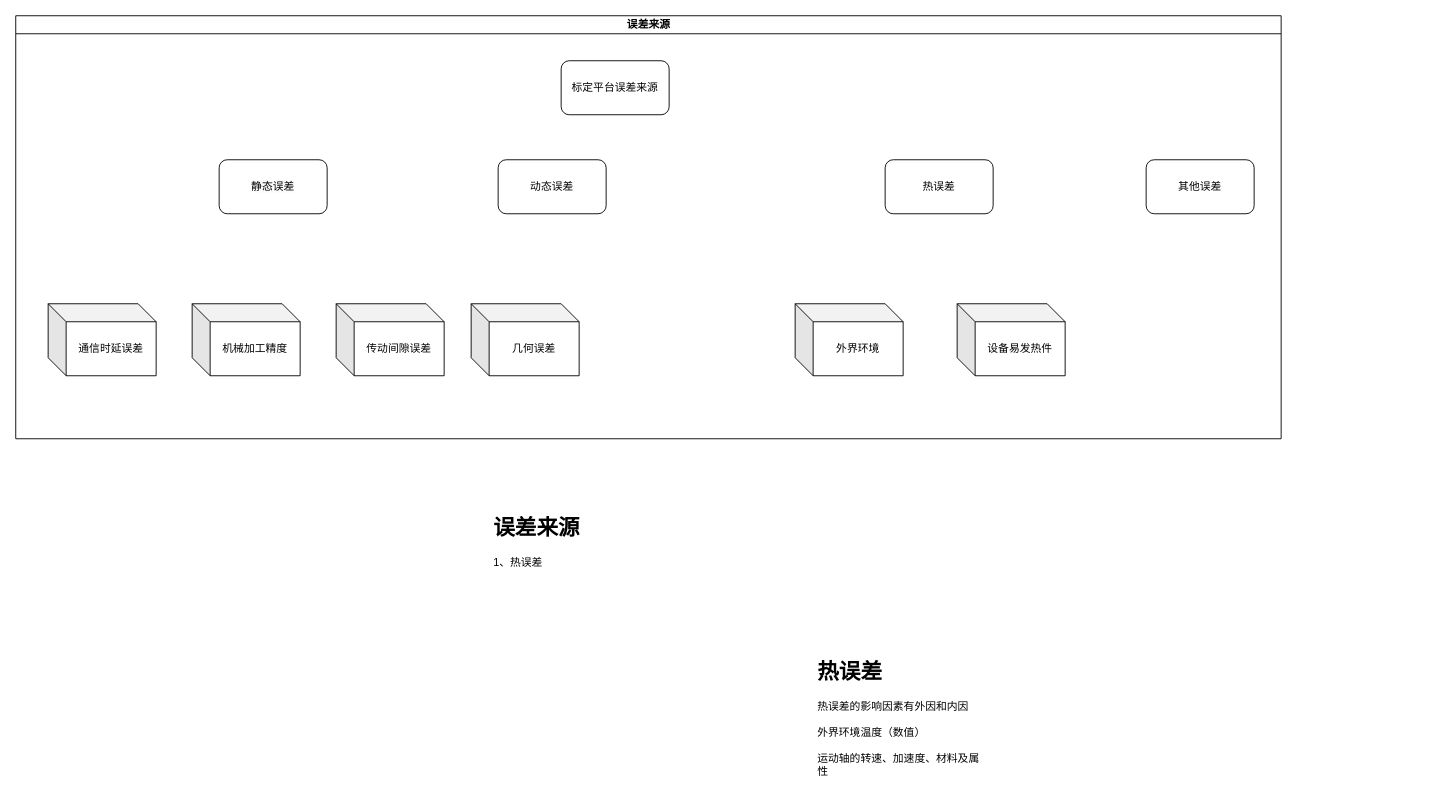
wjaswdd/draw.io keeps this draw.io diagram as 误差来源.drawio. Above is the earlier version. Source tidied: cells renumbered, new cells numbered last; positions are measured from the earlier drawing's top-left corner, leaving out a move shared by most shapes. Both pictures are drawn from the tidied source at 90%, with x=0, y=0 at pixel (15, 15).
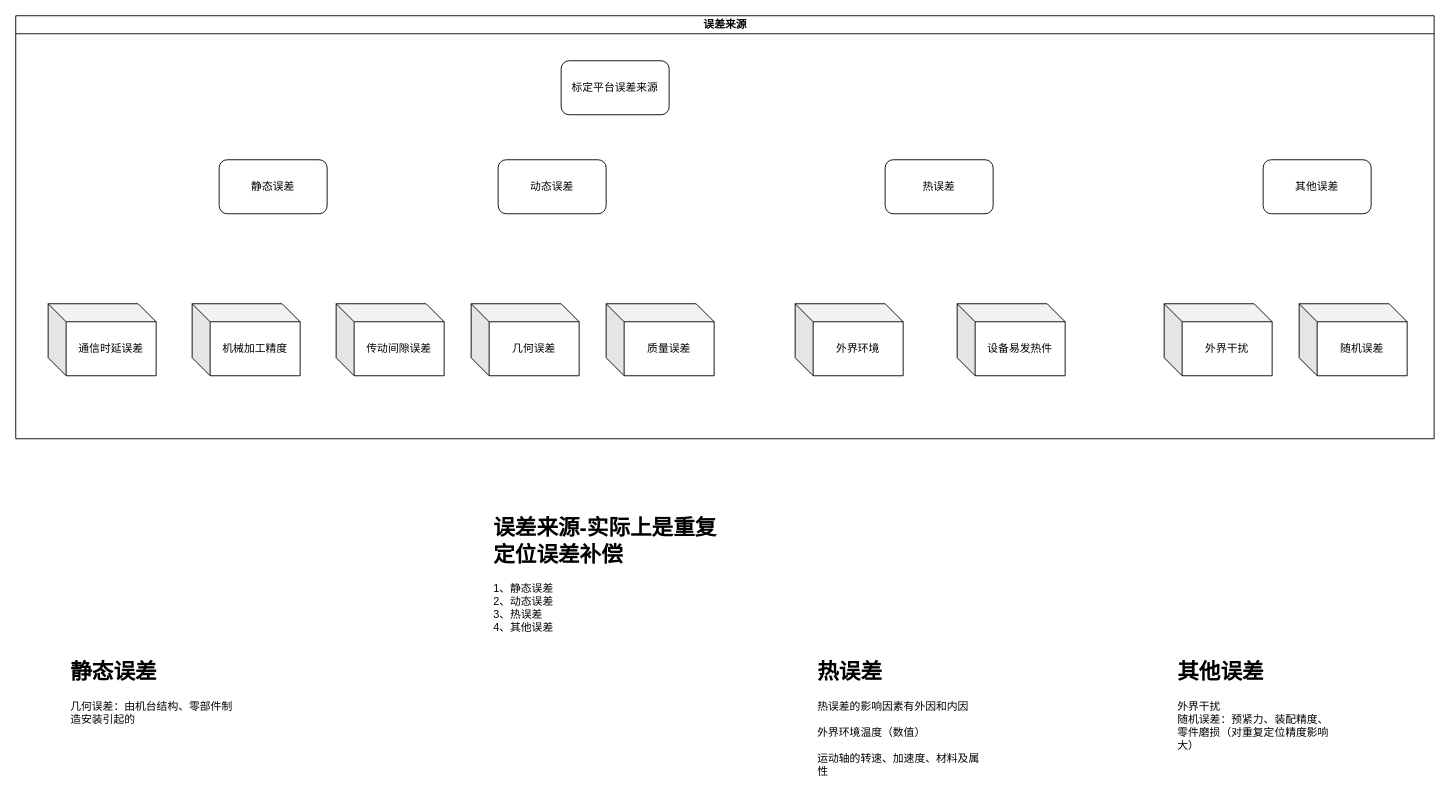
Above is the later version.

Commit message (it also covers changes not shown here):
更新误差来源.drawio

Diff of the diagram source:
```diff
@@
     <mxCell id="2" value="误差来源" style="swimlane;html=1;startSize=20;horizontal=1;containerType=tree;glass=0;" parent="1" vertex="1">
-      <mxGeometry width="1406" height="470" as="geometry" />
+      <mxGeometry width="1576" height="470" as="geometry" />
     </mxCell>
@@
     <mxCell id="7" value="其他误差" style="rounded=1;whiteSpace=wrap;html=1;" parent="2" vertex="1">
-      <mxGeometry x="1256" y="160" width="120" height="60" as="geometry" />
+      <mxGeometry x="1386" y="160" width="120" height="60" as="geometry" />
     </mxCell>
@@
+    <mxCell id="16" value="外界干扰" style="shape=cube;whiteSpace=wrap;html=1;boundedLbl=1;backgroundOutline=1;darkOpacity=0.05;darkOpacity2=0.1;" parent="2" vertex="1">
+      <mxGeometry x="1276" y="320" width="120" height="80" as="geometry" />
+    </mxCell>
+    <mxCell id="17" value="随机误差" style="shape=cube;whiteSpace=wrap;html=1;boundedLbl=1;backgroundOutline=1;darkOpacity=0.05;darkOpacity2=0.1;" parent="2" vertex="1">
+      <mxGeometry x="1426" y="320" width="120" height="80" as="geometry" />
+    </mxCell>
+    <mxCell id="18" value="质量误差" style="shape=cube;whiteSpace=wrap;html=1;boundedLbl=1;backgroundOutline=1;darkOpacity=0.05;darkOpacity2=0.1;" parent="2" vertex="1">
+      <mxGeometry x="656" y="320" width="120" height="80" as="geometry" />
+    </mxCell>
-    <mxCell id="14" value="&lt;h1&gt;误差来源&lt;/h1&gt;&lt;div&gt;1、热误差&lt;/div&gt;" style="text;html=1;strokeColor=none;fillColor=none;spacing=5;spacingTop=-20;whiteSpace=wrap;overflow=hidden;rounded=0;" parent="1" vertex="1">
-      <mxGeometry x="526" y="550" width="190" height="120" as="geometry" />
+    <mxCell id="14" value="&lt;h1&gt;误差来源-实际上是重复定位误差补偿&lt;/h1&gt;&lt;div&gt;1、静态误差&lt;/div&gt;&lt;div&gt;2、动态误差&lt;/div&gt;&lt;div&gt;3、热误差&lt;/div&gt;&lt;div&gt;4、其他误差&lt;/div&gt;" style="text;html=1;strokeColor=none;fillColor=none;spacing=5;spacingTop=-20;whiteSpace=wrap;overflow=hidden;rounded=0;" parent="1" vertex="1">
+      <mxGeometry x="526" y="550" width="270" height="230" as="geometry" />
     </mxCell>
@@
+    <mxCell id="19" value="&lt;h1&gt;静态误差&lt;/h1&gt;&lt;div&gt;几何误差：由机台结构、零部件制造安装引起的&lt;/div&gt;" style="text;html=1;strokeColor=none;fillColor=none;spacing=5;spacingTop=-20;whiteSpace=wrap;overflow=hidden;rounded=0;" parent="1" vertex="1">
+      <mxGeometry x="56" y="710" width="190" height="150" as="geometry" />
+    </mxCell>
+    <mxCell id="20" value="&lt;h1&gt;其他误差&lt;/h1&gt;&lt;div&gt;外界干扰&lt;/div&gt;&lt;div&gt;随机误差：预紧力、装配精度、&lt;/div&gt;零件磨损&lt;span style=&quot;background-color: initial;&quot;&gt;（对重复定位精度影响大）&lt;/span&gt;" style="text;html=1;strokeColor=none;fillColor=none;spacing=5;spacingTop=-20;whiteSpace=wrap;overflow=hidden;rounded=0;" parent="1" vertex="1">
+      <mxGeometry x="1286" y="710" width="190" height="150" as="geometry" />
+    </mxCell>
```
